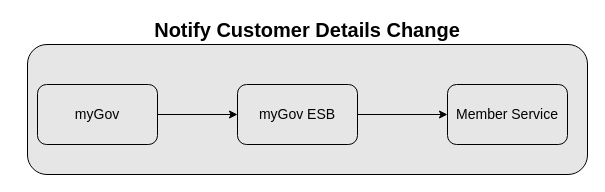
ramchalluri/temp-repo keeps this draw.io diagram as page "01-ncdc-logical" (6 of 6) of temp/tuo/mgv-tuo-ws-sis.drawio. Above is the earlier version. Source tidied: cells renumbered, new cells numbered last; positions are measured from the earlier drawing's top-left corner, leaving out a move shared by most shapes. Both pictures are drawn from the tidied source at 100%, with x=0, y=0 at pixel (27, 44).
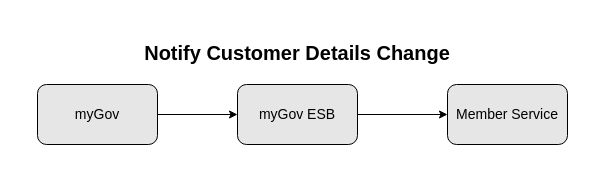
Above is the later version.

The edit, as a diff of the source:
```diff
@@
-<mxGraphModel background="#ffffff">
+<mxGraphModel>
   <root>
     <mxCell id="0" />
     <mxCell id="1" parent="0" />
-    <mxCell id="2" value="Notify Customer Details Change" style="rounded=1;whiteSpace=wrap;html=1;labelPosition=center;verticalLabelPosition=top;align=center;verticalAlign=bottom;fontSize=20;labelBackgroundColor=none;fontColor=#000000;fontStyle=1;fillColor=#E6E6E6;strokeColor=#000000;" parent="1" vertex="1">
-      <mxGeometry width="560" height="130" as="geometry" />
+    <mxCell id="2" value="&lt;span style=&quot;color: rgb(0, 0, 0); font-size: 20px; font-weight: 700;&quot;&gt;Notify Customer Details Change&lt;/span&gt;" style="rounded=1;whiteSpace=wrap;html=1;fillColor=#FFFFFF;verticalAlign=top;arcSize=10;strokeColor=none;strokeWidth=0;" parent="1" vertex="1">
+      <mxGeometry x="-10" y="-10" width="560" height="140" as="geometry" />
     </mxCell>
     <mxCell id="3" parent="0" />
     <mxCell id="4" style="edgeStyle=none;html=1;entryX=0;entryY=0.5;entryDx=0;entryDy=0;fontSize=20;fontColor=#000000;strokeColor=#000000;" parent="3" edge="1" source="5" target="7">
       <mxGeometry relative="1" as="geometry" />
     </mxCell>
     <mxCell id="5" value="myGov" style="rounded=1;whiteSpace=wrap;html=1;labelBackgroundColor=none;fontSize=14;fontColor=#000000;strokeColor=#000000;fillColor=#E6E6E6;" parent="3" vertex="1">
       <mxGeometry x="10" y="40" width="120" height="60" as="geometry" />
     </mxCell>
     <mxCell id="6" style="edgeStyle=none;html=1;fontSize=20;fontColor=#000000;strokeColor=#000000;" parent="3" edge="1" source="7" target="8">
       <mxGeometry relative="1" as="geometry" />
     </mxCell>
     <mxCell id="7" value="myGov ESB" style="rounded=1;whiteSpace=wrap;html=1;labelBackgroundColor=none;fontSize=14;fontColor=#000000;strokeColor=#000000;fillColor=#E6E6E6;" parent="3" vertex="1">
       <mxGeometry x="210" y="40" width="120" height="60" as="geometry" />
     </mxCell>
     <mxCell id="8" value="Member Service" style="rounded=1;whiteSpace=wrap;html=1;labelBackgroundColor=none;fontSize=14;fontColor=#000000;strokeColor=#000000;fillColor=#E6E6E6;" parent="3" vertex="1">
       <mxGeometry x="420" y="40" width="120" height="60" as="geometry" />
     </mxCell>
   </root>
 </mxGraphModel>
```
